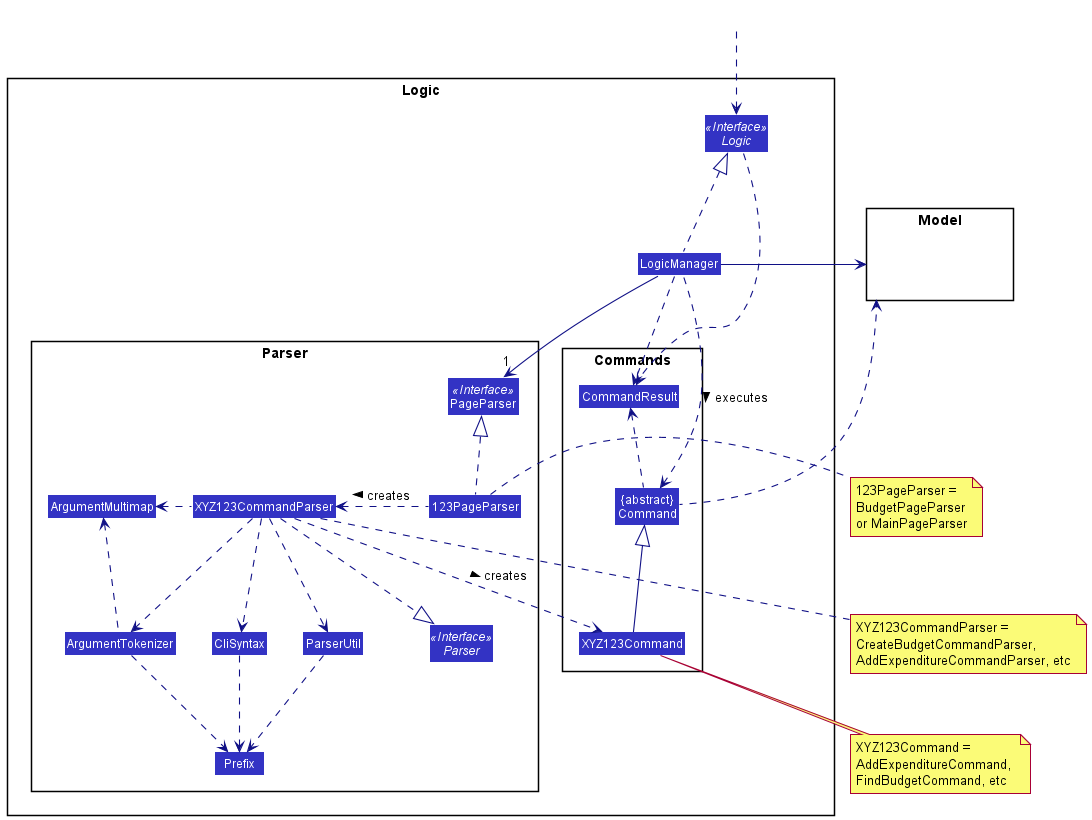
Above: docs/diagrams/LogicClassDiagram.png in yu-ming-chen/tp (PlantUML), before the change. Source of this version:
```plantuml
@startuml
!include style.puml
skinparam arrowThickness 1.1
skinparam arrowColor LOGIC_COLOR_T4
skinparam classBackgroundColor LOGIC_COLOR

package Logic {

package Parser {
Interface Parser <<Interface>>
Interface PageParser <<Interface>>
Class PageParser
Class 123PageParser
Class XYZ123CommandParser
Class CliSyntax
Class ParserUtil
Class ArgumentMultimap
Class ArgumentTokenizer
Class Prefix
}

package Commands {
Class XYZ123Command
Class CommandResult
Class "{abstract}\nCommand" as Command
}

Interface Logic <<Interface>>
Class LogicManager
}

package Model{
Class HiddenModel #FFFFFF
}

Class HiddenOutside #FFFFFF
HiddenOutside ..> Logic

LogicManager .up.|> Logic
LogicManager -->"1" PageParser

123PageParser .up.|> PageParser
123PageParser .left.> XYZ123CommandParser: creates >

XYZ123CommandParser ..> XYZ123Command : creates >
XYZ123CommandParser ..|> Parser
XYZ123CommandParser .left.> ArgumentMultimap
XYZ123CommandParser ..> ArgumentTokenizer
ArgumentTokenizer .left.> ArgumentMultimap
XYZ123CommandParser ..> CliSyntax
CliSyntax ..> Prefix
XYZ123CommandParser ..> ParserUtil
ParserUtil .down.> Prefix
ArgumentTokenizer .down.> Prefix
XYZ123Command -up-|> Command
LogicManager .left.> Command : executes >

LogicManager -right-> Model
Command .up.> Model

note right of 123PageParser: 123PageParser =\nBudgetPageParser\nor MainPageParser
note bottom of XYZ123CommandParser: XYZ123CommandParser =\nCreateBudgetCommandParser,\nAddExpenditureCommandParser, etc
note bottom of XYZ123Command: XYZ123Command =\nAddExpenditureCommand, \nFindBudgetCommand, etc

Logic ..> CommandResult
LogicManager .down.> CommandResult
Command .up.> CommandResult
CommandResult -[hidden]-> Parser
@enduml
```
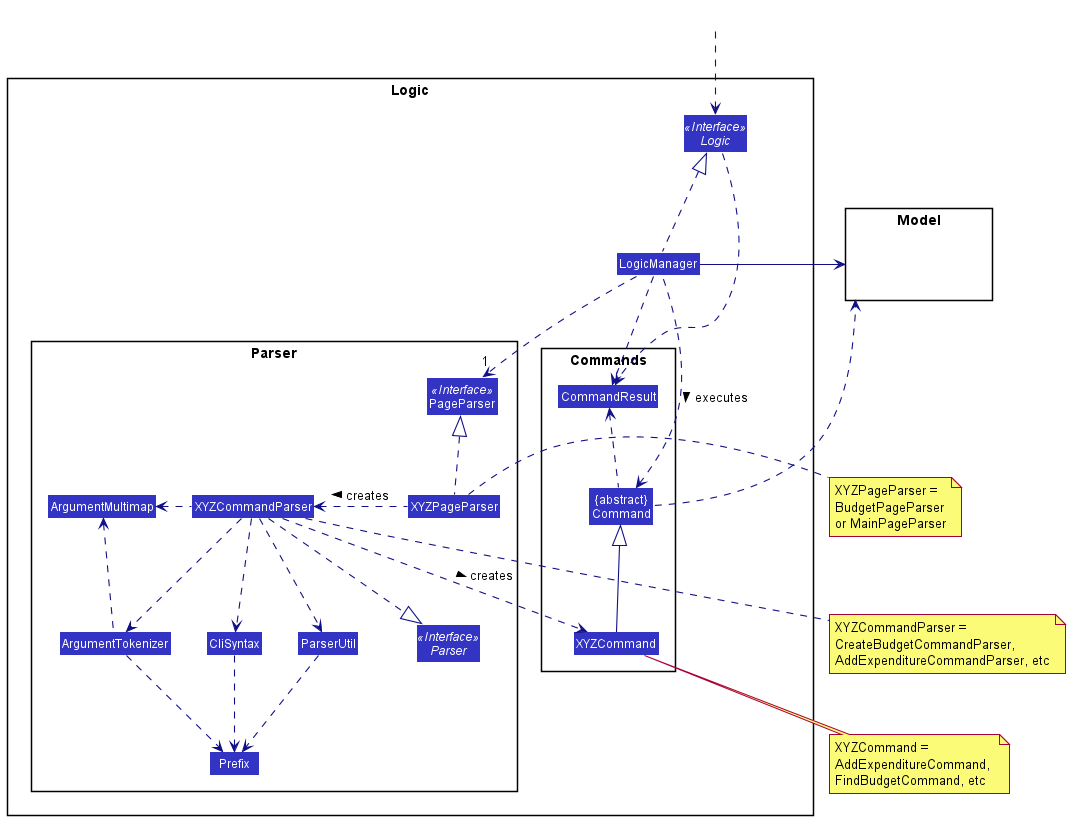
After the commit.

Commit message:
Format glossary

Diff of the diagram source:
```diff
@@ -10,8 +10,8 @@
 Interface Parser <<Interface>>
 Interface PageParser <<Interface>>
 Class PageParser
-Class 123PageParser
-Class XYZ123CommandParser
+Class XYZPageParser
+Class XYZCommandParser
 Class CliSyntax
 Class ParserUtil
 Class ArgumentMultimap
@@ -20,7 +20,7 @@
 }
 
 package Commands {
-Class XYZ123Command
+Class XYZCommand
 Class CommandResult
 Class "{abstract}\nCommand" as Command
 }
@@ -37,30 +37,30 @@
 HiddenOutside ..> Logic
 
 LogicManager .up.|> Logic
-LogicManager -->"1" PageParser
+LogicManager ..>"1" PageParser
 
-123PageParser .up.|> PageParser
-123PageParser .left.> XYZ123CommandParser: creates >
+XYZPageParser .up.|> PageParser
+XYZPageParser .left.> XYZCommandParser: creates >
 
-XYZ123CommandParser ..> XYZ123Command : creates >
-XYZ123CommandParser ..|> Parser
-XYZ123CommandParser .left.> ArgumentMultimap
-XYZ123CommandParser ..> ArgumentTokenizer
+XYZCommandParser ..> XYZCommand : creates >
+XYZCommandParser ..|> Parser
+XYZCommandParser .left.> ArgumentMultimap
+XYZCommandParser ..> ArgumentTokenizer
 ArgumentTokenizer .left.> ArgumentMultimap
-XYZ123CommandParser ..> CliSyntax
+XYZCommandParser ..> CliSyntax
 CliSyntax ..> Prefix
-XYZ123CommandParser ..> ParserUtil
+XYZCommandParser ..> ParserUtil
 ParserUtil .down.> Prefix
 ArgumentTokenizer .down.> Prefix
-XYZ123Command -up-|> Command
+XYZCommand -up-|> Command
 LogicManager .left.> Command : executes >
 
 LogicManager -right-> Model
 Command .up.> Model
 
-note right of 123PageParser: 123PageParser =\nBudgetPageParser\nor MainPageParser
-note bottom of XYZ123CommandParser: XYZ123CommandParser =\nCreateBudgetCommandParser,\nAddExpenditureCommandParser, etc
-note bottom of XYZ123Command: XYZ123Command =\nAddExpenditureCommand, \nFindBudgetCommand, etc
+note right of XYZPageParser: XYZPageParser =\nBudgetPageParser\nor MainPageParser
+note bottom of XYZCommandParser: XYZCommandParser =\nCreateBudgetCommandParser,\nAddExpenditureCommandParser, etc
+note bottom of XYZCommand: XYZCommand =\nAddExpenditureCommand, \nFindBudgetCommand, etc
 
 Logic ..> CommandResult
 LogicManager .down.> CommandResult
```
